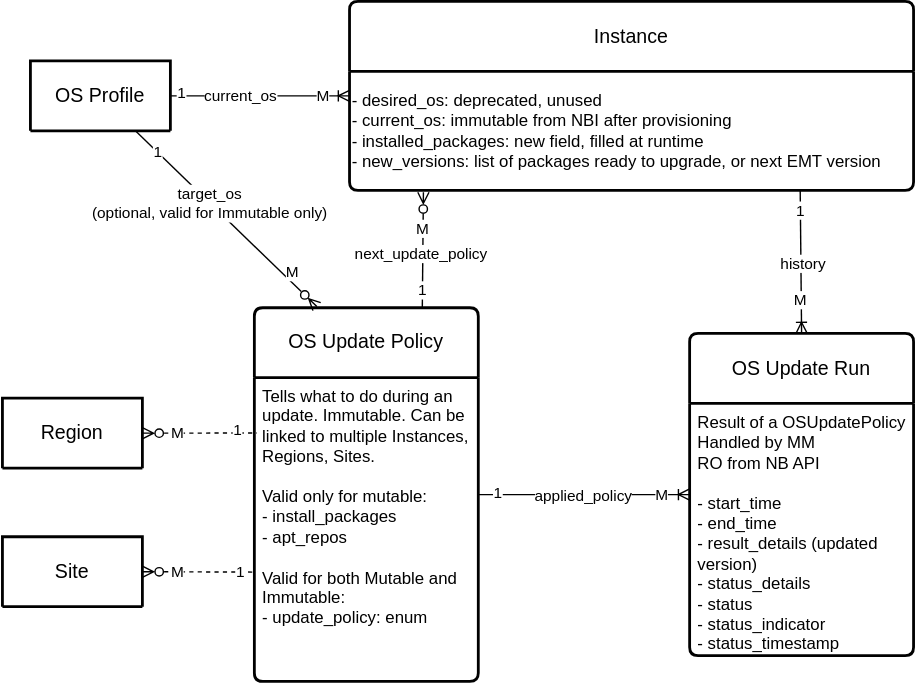
Earlier version of the draw.io export design-proposals/schema_day2_changes.drawio.svg (open-edge-platform/edge-manageability-framework). Source tidied: cells renumbered, new cells last; positions are measured from the earlier drawing's top-left corner, leaving out a move shared by most shapes.
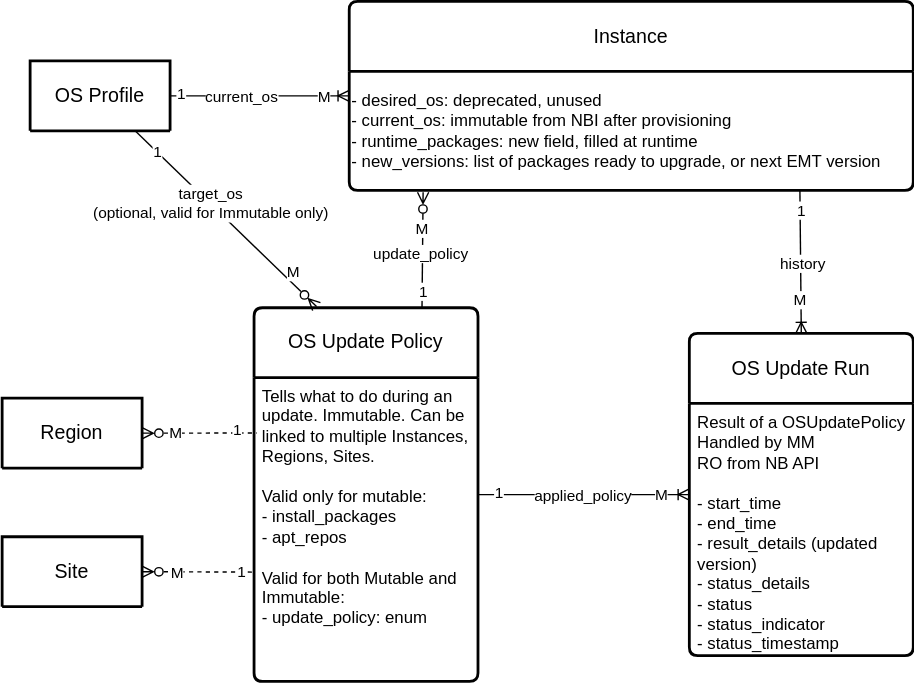
The same file after the commit.

Commit message:
address review comments

Diff of the diagram source:
```diff
@@ -8,7 +8,7 @@
     <mxCell id="3" value="Instance" style="swimlane;horizontal=1;startSize=50;rounded=1;fontSize=14;fontStyle=0;strokeWidth=2;shadow=0;dashed=0;align=center;arcSize=4;whiteSpace=wrap;html=1;" parent="1" vertex="1">
       <mxGeometry x="248" y="-0.5" width="403" height="135" as="geometry" />
     </mxCell>
-    <mxCell id="4" value="- desired_os: deprecated, unused&lt;br&gt;- current_os: immutable from NBI after provisioning&lt;div&gt;- installed_packages: new field, filled at runtime&lt;br&gt;- new_versions: list of packages ready&lt;span style=&quot;background-color: transparent; color: light-dark(rgb(0, 0, 0), rgb(255, 255, 255));&quot;&gt;&amp;nbsp;to upgrade, or next EMT version&lt;/span&gt;&lt;/div&gt;" style="text;html=1;align=left;verticalAlign=middle;points=[];strokeColor=none;fillColor=none;" parent="3" vertex="1">
+    <mxCell id="4" value="- desired_os: deprecated, unused&lt;br&gt;- current_os: immutable from NBI after provisioning&lt;div&gt;- runtime_packages: new field, filled at runtime&lt;br&gt;- new_versions: list of packages ready&lt;span style=&quot;background-color: transparent; color: light-dark(rgb(0, 0, 0), rgb(255, 255, 255));&quot;&gt;&amp;nbsp;to upgrade, or next EMT version&lt;/span&gt;&lt;/div&gt;" style="text;html=1;align=left;verticalAlign=middle;points=[];strokeColor=none;fillColor=none;" parent="3" vertex="1">
       <mxGeometry y="50" width="403" height="85" as="geometry" />
     </mxCell>
     <mxCell id="5" style="edgeStyle=entityRelationEdgeStyle;fontSize=12;html=1;endArrow=ERoneToMany;rounded=0;exitX=1;exitY=0.5;exitDx=0;exitDy=0;entryX=0;entryY=0.5;entryDx=0;entryDy=0;" parent="1" edge="1" source="2" target="3">
@@ -86,7 +86,7 @@
         <mxPoint x="2" y="-5" as="offset" />
       </mxGeometry>
     </mxCell>
-    <mxCell id="24" value="next_update_policy" style="edgeLabel;html=1;align=center;verticalAlign=middle;" parent="21" vertex="1">
+    <mxCell id="24" value="update_policy" style="edgeLabel;html=1;align=center;verticalAlign=middle;" parent="21" vertex="1">
       <mxGeometry x="0.1" y="-2" relative="1" as="geometry">
         <mxPoint x="-4" y="7" as="offset" />
       </mxGeometry>
```
